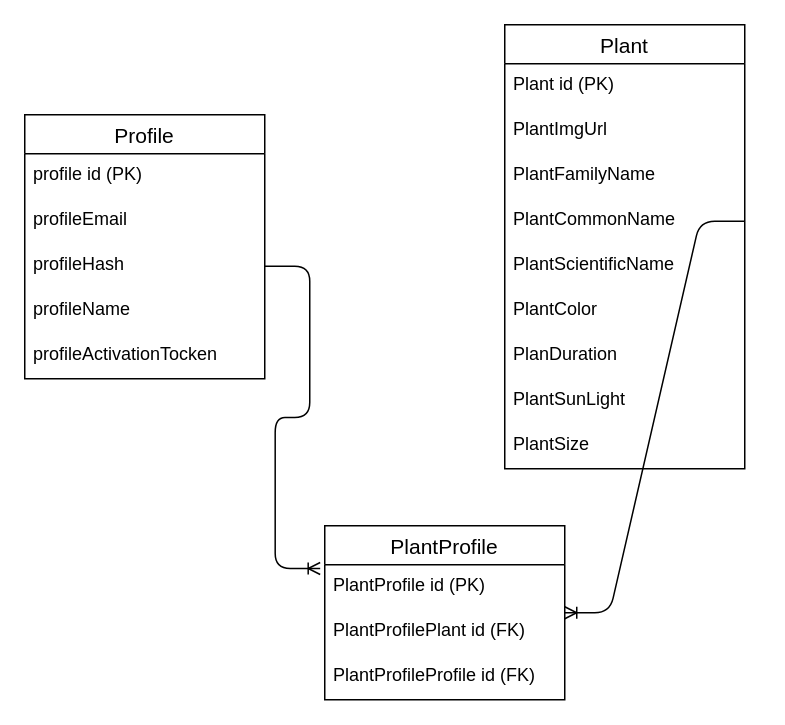
Above: ERD.drawio in DylanDeraad/mess-up (draw.io), before the change. Source tidied: cells renumbered, new cells numbered last; positions are measured from the earlier drawing's top-left corner, leaving out a move shared by most shapes. Both pictures are drawn from the tidied source at 150%, with x=0, y=0 at pixel (24, 24).
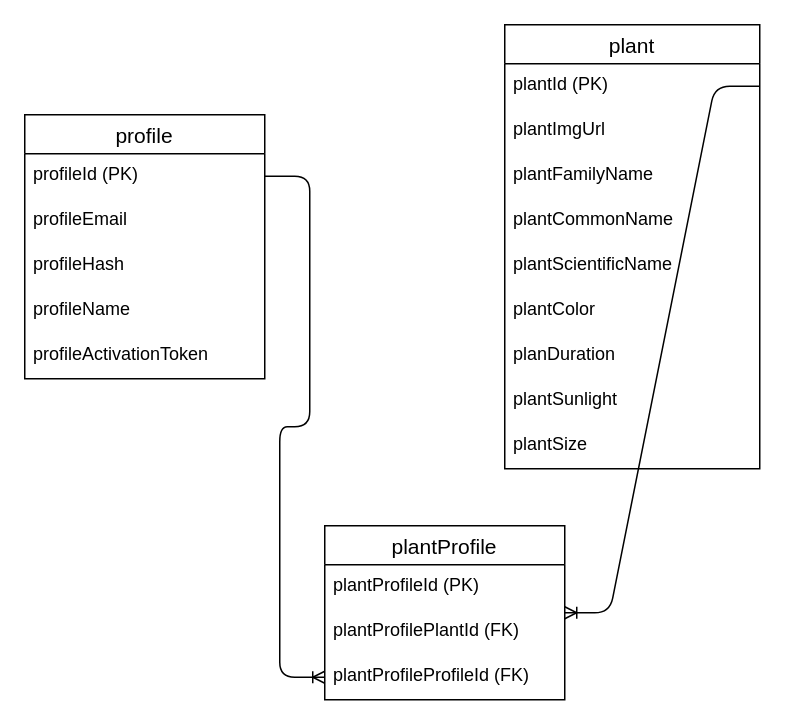
The same diagram, later.

The change refers to these unchanged cells:
```xml
<mxCell id="21" value="profileHash" style="text;strokeColor=none;fillColor=none;spacingLeft=4;spacingRight=4;overflow=hidden;points=[[0,0.5],[1,0.5]];portConstraint=eastwest;fontSize=12;" parent="18" vertex="1">
  <mxGeometry y="86" width="160" height="30" as="geometry" />
</mxCell>
```

Change to the diagram source:
```diff
@@
-    <mxCell id="2" style="edgeStyle=entityRelationEdgeStyle;fontSize=12;html=1;endArrow=ERoneToMany;entryX=-0.019;entryY=0.083;entryDx=0;entryDy=0;entryPerimeter=0;exitX=1;exitY=0.5;exitDx=0;exitDy=0;" parent="1" edge="1" source="21" target="4">
+    <mxCell id="2" style="edgeStyle=entityRelationEdgeStyle;fontSize=12;html=1;endArrow=ERoneToMany;exitX=1;exitY=0.5;exitDx=0;exitDy=0;entryX=0;entryY=0.5;entryDx=0;entryDy=0;" parent="1" edge="1" source="19" target="6">
       <mxGeometry relative="1" as="geometry" />
     </mxCell>
-    <mxCell id="3" value="PlantProfile" style="swimlane;fontStyle=0;horizontal=1;startSize=26;align=center;fontSize=14;" parent="1" vertex="1">
+    <mxCell id="3" value="plantProfile" style="swimlane;fontStyle=0;horizontal=1;startSize=26;align=center;fontSize=14;" parent="1" vertex="1">
       <mxGeometry x="200" y="334" width="160" height="116" as="geometry" />
     </mxCell>
-    <mxCell id="4" value="PlantProfile id (PK)" style="text;strokeColor=none;fillColor=none;spacingLeft=4;spacingRight=4;overflow=hidden;points=[[0,0.5],[1,0.5]];portConstraint=eastwest;fontSize=12;" parent="3" vertex="1">
+    <mxCell id="4" value="plantProfileId (PK)" style="text;strokeColor=none;fillColor=none;spacingLeft=4;spacingRight=4;overflow=hidden;points=[[0,0.5],[1,0.5]];portConstraint=eastwest;fontSize=12;" parent="3" vertex="1">
       <mxGeometry y="26" width="160" height="30" as="geometry" />
     </mxCell>
-    <mxCell id="5" value="PlantProfilePlant id (FK)" style="text;strokeColor=none;fillColor=none;spacingLeft=4;spacingRight=4;overflow=hidden;fontSize=12;" parent="3" vertex="1">
+    <mxCell id="5" value="plantProfilePlantId (FK)" style="text;strokeColor=none;fillColor=none;spacingLeft=4;spacingRight=4;overflow=hidden;fontSize=12;" parent="3" vertex="1">
       <mxGeometry y="56" width="160" height="30" as="geometry" />
     </mxCell>
-    <mxCell id="6" value="PlantProfileProfile id (FK)" style="text;strokeColor=none;fillColor=none;spacingLeft=4;spacingRight=4;overflow=hidden;points=[[0,0.5],[1,0.5]];portConstraint=eastwest;fontSize=12;" parent="3" vertex="1">
+    <mxCell id="6" value="plantProfileProfileId (FK)" style="text;strokeColor=none;fillColor=none;spacingLeft=4;spacingRight=4;overflow=hidden;points=[[0,0.5],[1,0.5]];portConstraint=eastwest;fontSize=12;" parent="3" vertex="1">
       <mxGeometry y="86" width="160" height="30" as="geometry" />
     </mxCell>
-    <mxCell id="7" style="edgeStyle=entityRelationEdgeStyle;fontSize=12;html=1;endArrow=ERoneToMany;exitX=1;exitY=0.5;exitDx=0;exitDy=0;" parent="1" edge="1" source="12" target="3">
+    <mxCell id="7" style="edgeStyle=entityRelationEdgeStyle;fontSize=12;html=1;endArrow=ERoneToMany;exitX=1;exitY=0.5;exitDx=0;exitDy=0;" parent="1" edge="1" source="9" target="3">
       <mxGeometry relative="1" as="geometry" />
     </mxCell>
-    <mxCell id="8" value="Plant" style="swimlane;fontStyle=0;horizontal=1;startSize=26;align=center;fontSize=14;" parent="1" vertex="1">
-      <mxGeometry x="320" width="160" height="296" as="geometry" />
+    <mxCell id="8" value="plant" style="swimlane;fontStyle=0;horizontal=1;startSize=26;align=center;fontSize=14;" parent="1" vertex="1">
+      <mxGeometry x="320" width="170" height="296" as="geometry" />
     </mxCell>
-    <mxCell id="9" value="Plant id (PK)" style="text;strokeColor=none;fillColor=none;spacingLeft=4;spacingRight=4;overflow=hidden;points=[[0,0.5],[1,0.5]];portConstraint=eastwest;fontSize=12;" parent="8" vertex="1">
-      <mxGeometry y="26" width="160" height="30" as="geometry" />
+    <mxCell id="9" value="plantId (PK)" style="text;strokeColor=none;fillColor=none;spacingLeft=4;spacingRight=4;overflow=hidden;points=[[0,0.5],[1,0.5]];portConstraint=eastwest;fontSize=12;" parent="8" vertex="1">
+      <mxGeometry y="26" width="170" height="30" as="geometry" />
     </mxCell>
-    <mxCell id="10" value="PlantImgUrl" style="text;strokeColor=none;fillColor=none;spacingLeft=4;spacingRight=4;overflow=hidden;fontSize=12;" parent="8" vertex="1">
-      <mxGeometry y="56" width="160" height="30" as="geometry" />
+    <mxCell id="10" value="plantImgUrl" style="text;strokeColor=none;fillColor=none;spacingLeft=4;spacingRight=4;overflow=hidden;fontSize=12;" parent="8" vertex="1">
+      <mxGeometry y="56" width="170" height="30" as="geometry" />
     </mxCell>
-    <mxCell id="11" value="PlantFamilyName" style="text;strokeColor=none;fillColor=none;spacingLeft=4;spacingRight=4;overflow=hidden;fontSize=12;" parent="8" vertex="1">
-      <mxGeometry y="86" width="160" height="30" as="geometry" />
+    <mxCell id="11" value="plantFamilyName" style="text;strokeColor=none;fillColor=none;spacingLeft=4;spacingRight=4;overflow=hidden;fontSize=12;" parent="8" vertex="1">
+      <mxGeometry y="86" width="170" height="30" as="geometry" />
     </mxCell>
-    <mxCell id="12" value="PlantCommonName" style="text;strokeColor=none;fillColor=none;spacingLeft=4;spacingRight=4;overflow=hidden;points=[[0,0.5],[1,0.5]];portConstraint=eastwest;fontSize=12;" parent="8" vertex="1">
-      <mxGeometry y="116" width="160" height="30" as="geometry" />
+    <mxCell id="12" value="plantCommonName" style="text;strokeColor=none;fillColor=none;spacingLeft=4;spacingRight=4;overflow=hidden;points=[[0,0.5],[1,0.5]];portConstraint=eastwest;fontSize=12;" parent="8" vertex="1">
+      <mxGeometry y="116" width="170" height="30" as="geometry" />
     </mxCell>
-    <mxCell id="13" value="PlantScientificName" style="text;strokeColor=none;fillColor=none;spacingLeft=4;spacingRight=4;overflow=hidden;fontSize=12;" parent="8" vertex="1">
-      <mxGeometry y="146" width="160" height="30" as="geometry" />
+    <mxCell id="13" value="plantScientificName" style="text;strokeColor=none;fillColor=none;spacingLeft=4;spacingRight=4;overflow=hidden;fontSize=12;" parent="8" vertex="1">
+      <mxGeometry y="146" width="170" height="30" as="geometry" />
     </mxCell>
-    <mxCell id="14" value="PlantColor" style="text;strokeColor=none;fillColor=none;spacingLeft=4;spacingRight=4;overflow=hidden;fontSize=12;" parent="8" vertex="1">
-      <mxGeometry y="176" width="160" height="30" as="geometry" />
+    <mxCell id="14" value="plantColor" style="text;strokeColor=none;fillColor=none;spacingLeft=4;spacingRight=4;overflow=hidden;fontSize=12;" parent="8" vertex="1">
+      <mxGeometry y="176" width="170" height="30" as="geometry" />
     </mxCell>
-    <mxCell id="15" value="PlanDuration" style="text;strokeColor=none;fillColor=none;spacingLeft=4;spacingRight=4;overflow=hidden;fontSize=12;" parent="8" vertex="1">
-      <mxGeometry y="206" width="160" height="30" as="geometry" />
+    <mxCell id="15" value="planDuration" style="text;strokeColor=none;fillColor=none;spacingLeft=4;spacingRight=4;overflow=hidden;fontSize=12;" parent="8" vertex="1">
+      <mxGeometry y="206" width="170" height="30" as="geometry" />
     </mxCell>
-    <mxCell id="16" value="PlantSunLight" style="text;strokeColor=none;fillColor=none;spacingLeft=4;spacingRight=4;overflow=hidden;fontSize=12;" parent="8" vertex="1">
-      <mxGeometry y="236" width="160" height="30" as="geometry" />
+    <mxCell id="16" value="plantSunlight" style="text;strokeColor=none;fillColor=none;spacingLeft=4;spacingRight=4;overflow=hidden;fontSize=12;" parent="8" vertex="1">
+      <mxGeometry y="236" width="170" height="30" as="geometry" />
     </mxCell>
-    <mxCell id="17" value="PlantSize" style="text;strokeColor=none;fillColor=none;spacingLeft=4;spacingRight=4;overflow=hidden;fontSize=12;" parent="8" vertex="1">
-      <mxGeometry y="266" width="160" height="30" as="geometry" />
+    <mxCell id="17" value="plantSize" style="text;strokeColor=none;fillColor=none;spacingLeft=4;spacingRight=4;overflow=hidden;fontSize=12;" parent="8" vertex="1">
+      <mxGeometry y="266" width="170" height="30" as="geometry" />
     </mxCell>
-    <mxCell id="18" value="Profile" style="swimlane;fontStyle=0;horizontal=1;startSize=26;align=center;fontSize=14;" parent="1" vertex="1">
+    <mxCell id="18" value="profile" style="swimlane;fontStyle=0;horizontal=1;startSize=26;align=center;fontSize=14;" parent="1" vertex="1">
       <mxGeometry y="60" width="160" height="176" as="geometry" />
     </mxCell>
-    <mxCell id="19" value="profile id (PK)" style="text;strokeColor=none;fillColor=none;spacingLeft=4;spacingRight=4;overflow=hidden;points=[[0,0.5],[1,0.5]];portConstraint=eastwest;fontSize=12;" parent="18" vertex="1">
+    <mxCell id="19" value="profileId (PK)" style="text;strokeColor=none;fillColor=none;spacingLeft=4;spacingRight=4;overflow=hidden;points=[[0,0.5],[1,0.5]];portConstraint=eastwest;fontSize=12;" parent="18" vertex="1">
       <mxGeometry y="26" width="160" height="30" as="geometry" />
     </mxCell>
@@
-    <mxCell id="23" value="profileActivationTocken" style="text;strokeColor=none;fillColor=none;spacingLeft=4;spacingRight=4;overflow=hidden;fontSize=12;" parent="18" vertex="1">
+    <mxCell id="23" value="profileActivationToken" style="text;strokeColor=none;fillColor=none;spacingLeft=4;spacingRight=4;overflow=hidden;fontSize=12;" parent="18" vertex="1">
       <mxGeometry y="146" width="160" height="30" as="geometry" />
     </mxCell>
```
